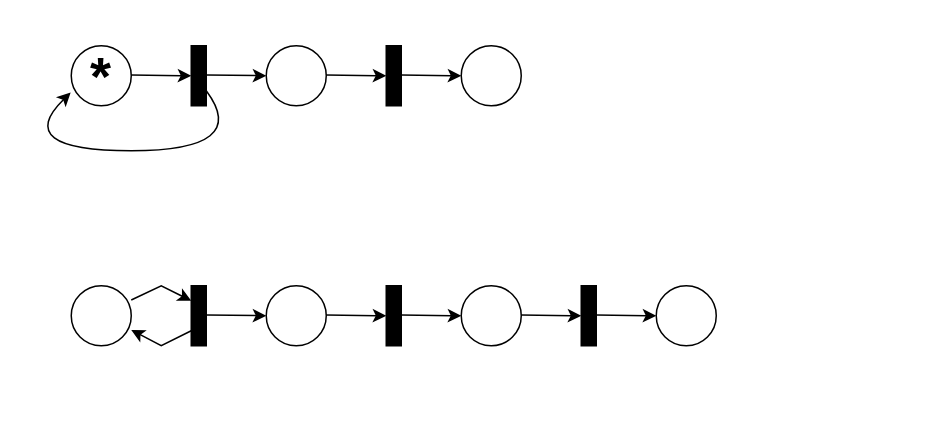
MatejMistik/VUT_FIT_ITY_Project_5 keeps this draw.io diagram as IMS.drawio. Above is the earlier version. Source tidied: cells renumbered, new cells numbered last; positions are measured from the earlier drawing's top-left corner, leaving out a move shared by most shapes. Both pictures are drawn from the tidied source at 150%, with x=0, y=0 at pixel (10, 45).
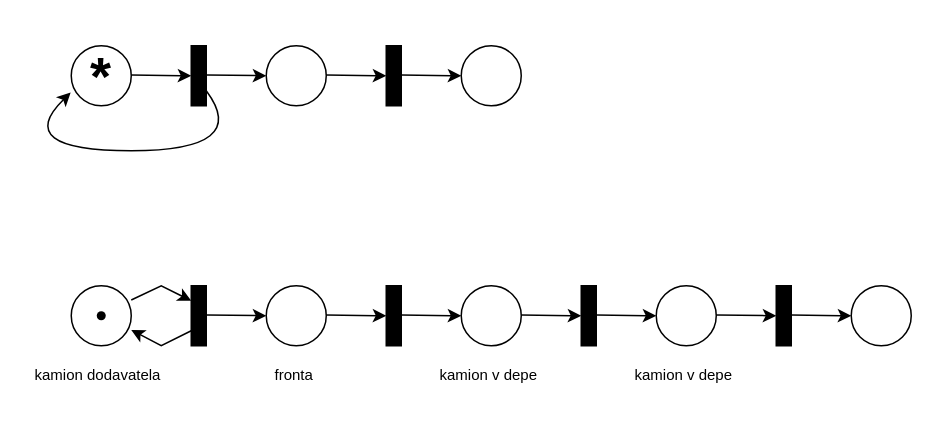
After the change.

What changed in the source:
```diff
@@
-<mxGraphModel>
+<mxGraphModel background="#FFFFFF">
@@
+    <mxCell id="26" style="shape=waypoint;sketch=0;fillStyle=solid;size=6;fillColor=none;perimeter=centerPerimeter;fontSize=36;" parent="1" vertex="1">
+      <mxGeometry x="40" y="160" width="40" height="40" as="geometry" />
+    </mxCell>
+    <mxCell id="27" value="kamion dodavatela&#10;" style="text;strokeColor=none;fillColor=none;align=left;verticalAlign=middle;spacingLeft=4;spacingRight=4;overflow=hidden;fontSize=10;" parent="1" vertex="1">
+      <mxGeometry x="10" y="210" width="100" height="30" as="geometry" />
+    </mxCell>
+    <mxCell id="28" value="fronta&#10;" style="text;strokeColor=none;fillColor=none;align=left;verticalAlign=middle;spacingLeft=4;spacingRight=4;overflow=hidden;fontSize=10;" parent="1" vertex="1">
+      <mxGeometry x="170" y="210" width="40" height="30" as="geometry" />
+    </mxCell>
+    <mxCell id="29" value="kamion v depe&#10;" style="text;strokeColor=none;fillColor=none;align=left;verticalAlign=middle;spacingLeft=4;spacingRight=4;overflow=hidden;fontSize=10;" parent="1" vertex="1">
+      <mxGeometry x="280" y="210" width="80" height="30" as="geometry" />
+    </mxCell>
+    <mxCell id="30" style="ellipse;whiteSpace=wrap;html=1;fontSize=36;" parent="1" vertex="1">
+      <mxGeometry x="560" y="160" width="40" height="40" as="geometry" />
+    </mxCell>
+    <mxCell id="31" style="endArrow=classic;html=1;rounded=0;" parent="1" edge="1">
+      <mxGeometry relative="1" as="geometry">
+        <mxPoint x="520" y="179.5" as="sourcePoint" />
+        <mxPoint x="560" y="180" as="targetPoint" />
+      </mxGeometry>
+    </mxCell>
+    <mxCell id="32" style="shape=ext;double=1;rounded=0;whiteSpace=wrap;html=1;fontSize=36;fillColor=#000000;" parent="1" vertex="1">
+      <mxGeometry x="510" y="160" width="10" height="40" as="geometry" />
+    </mxCell>
+    <mxCell id="33" style="endArrow=classic;html=1;rounded=0;" parent="1" edge="1">
+      <mxGeometry relative="1" as="geometry">
+        <mxPoint x="470" y="179.5" as="sourcePoint" />
+        <mxPoint x="510" y="180" as="targetPoint" />
+      </mxGeometry>
+    </mxCell>
+    <mxCell id="34" value="kamion v depe&#10;" style="text;strokeColor=none;fillColor=none;align=left;verticalAlign=middle;spacingLeft=4;spacingRight=4;overflow=hidden;fontSize=10;" parent="1" vertex="1">
+      <mxGeometry x="410" y="210" width="80" height="30" as="geometry" />
+    </mxCell>
```
